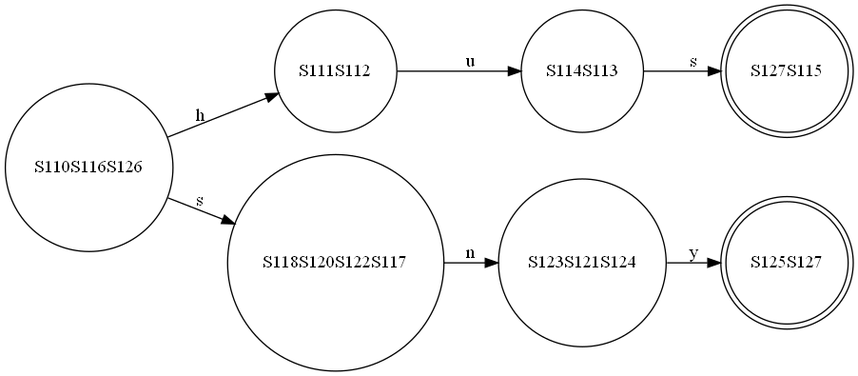
This is finalCode/test-output/round-table.gv.png from abdelazizSalah/RegExp_NFA_DFA_DFAMinimization, a Graphviz export, as it was before one commit. Its source is kept beside it as finalCode/test-output/round-table.gv.
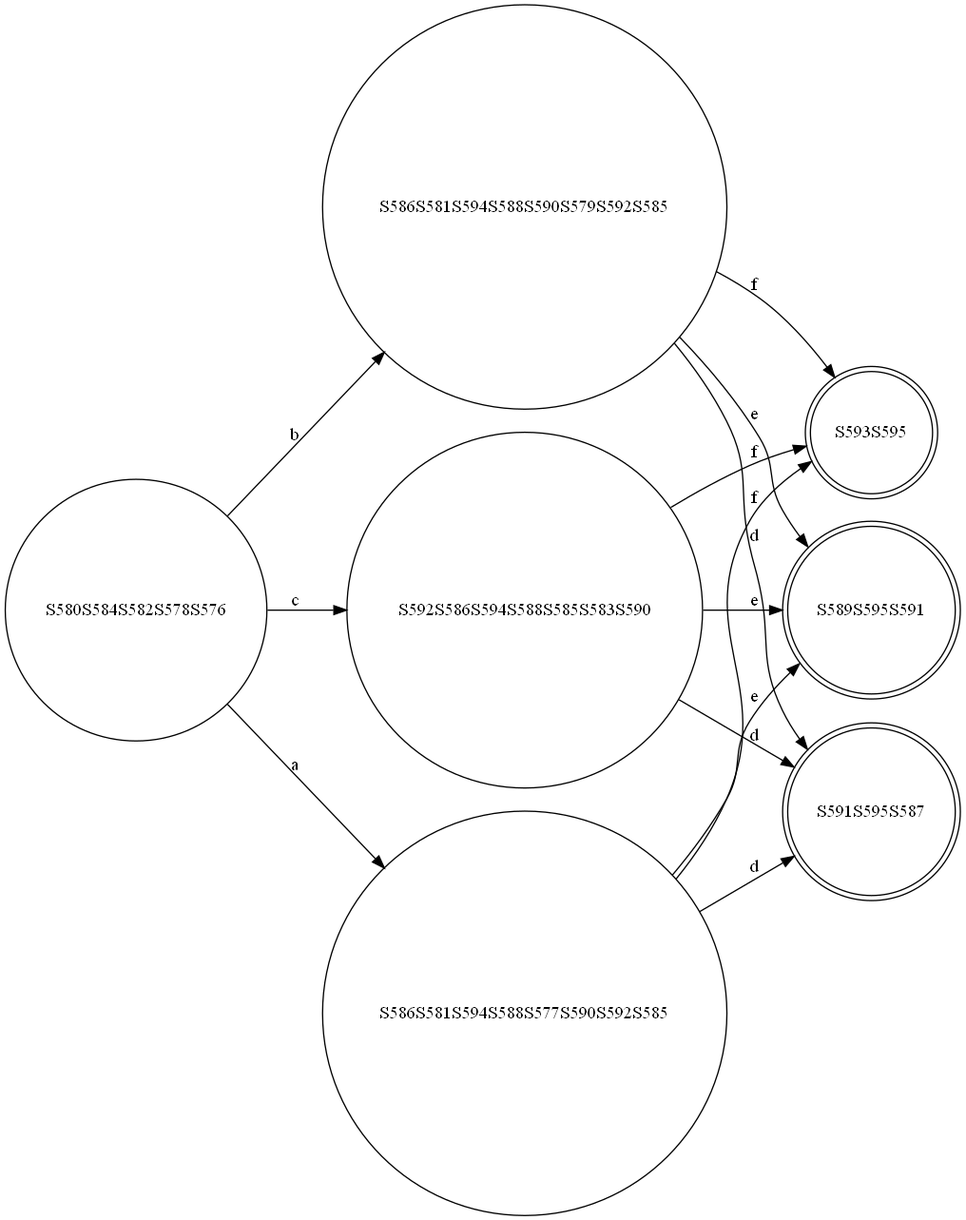
After the commit.

Diff of the diagram source:
```diff
@@ -1,16 +1,22 @@
 digraph {
 	graph [rankdir=LR]
-	S110S116S126 [label=S110S116S126 shape=circle]
-	S110S116S126 -> S111S112 [label=h]
-	S110S116S126 -> S118S120S122S117 [label=s]
-	S111S112 [label=S111S112 shape=circle]
-	S111S112 -> S114S113 [label=u]
-	S118S120S122S117 [label=S118S120S122S117 shape=circle]
-	S118S120S122S117 -> S123S121S124 [label=n]
-	S114S113 [label=S114S113 shape=circle]
-	S114S113 -> S127S115 [label=s]
-	S123S121S124 [label=S123S121S124 shape=circle]
-	S123S121S124 -> S125S127 [label=y]
-	S127S115 [label=S127S115 shape=doublecircle]
-	S125S127 [label=S125S127 shape=doublecircle]
+	S580S584S582S578S576 [label=S580S584S582S578S576 shape=circle]
+	S580S584S582S578S576 -> S592S586S594S588S585S583S590 [label=c]
+	S580S584S582S578S576 -> S586S581S594S588S590S579S592S585 [label=b]
+	S580S584S582S578S576 -> S586S581S594S588S577S590S592S585 [label=a]
+	S592S586S594S588S585S583S590 [label=S592S586S594S588S585S583S590 shape=circle]
+	S592S586S594S588S585S583S590 -> S593S595 [label=f]
+	S592S586S594S588S585S583S590 -> S591S595S587 [label=d]
+	S592S586S594S588S585S583S590 -> S589S595S591 [label=e]
+	S586S581S594S588S590S579S592S585 [label=S586S581S594S588S590S579S592S585 shape=circle]
+	S586S581S594S588S590S579S592S585 -> S591S595S587 [label=d]
+	S586S581S594S588S590S579S592S585 -> S589S595S591 [label=e]
+	S586S581S594S588S590S579S592S585 -> S593S595 [label=f]
+	S586S581S594S588S577S590S592S585 [label=S586S581S594S588S577S590S592S585 shape=circle]
+	S586S581S594S588S577S590S592S585 -> S591S595S587 [label=d]
+	S586S581S594S588S577S590S592S585 -> S589S595S591 [label=e]
+	S586S581S594S588S577S590S592S585 -> S593S595 [label=f]
+	S593S595 [label=S593S595 shape=doublecircle]
+	S591S595S587 [label=S591S595S587 shape=doublecircle]
+	S589S595S591 [label=S589S595S591 shape=doublecircle]
 }
```
